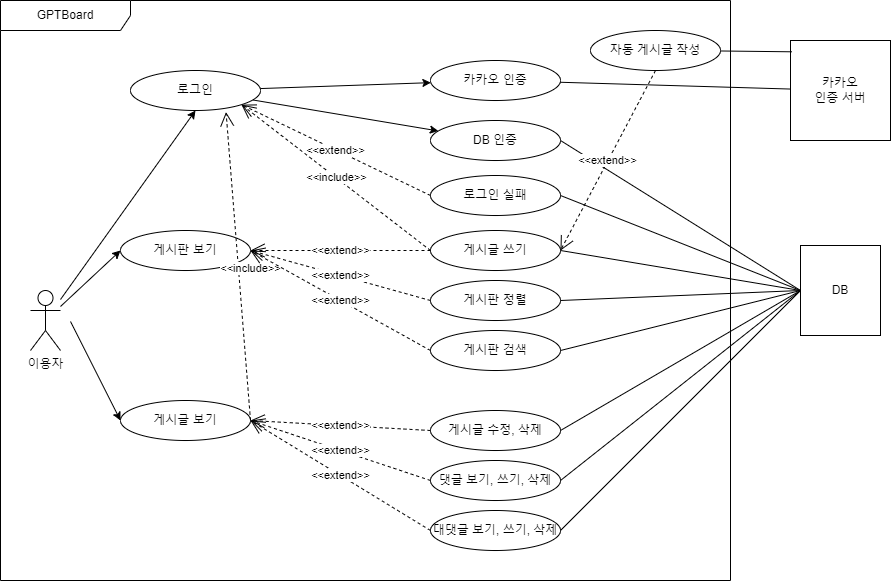
Above: document/use-case.png in HanKwanJin/GPTBoard (draw.io), before the change. Source tidied: cells renumbered, new cells last; positions are measured from the earlier drawing's top-left corner, leaving out a move shared by most shapes.
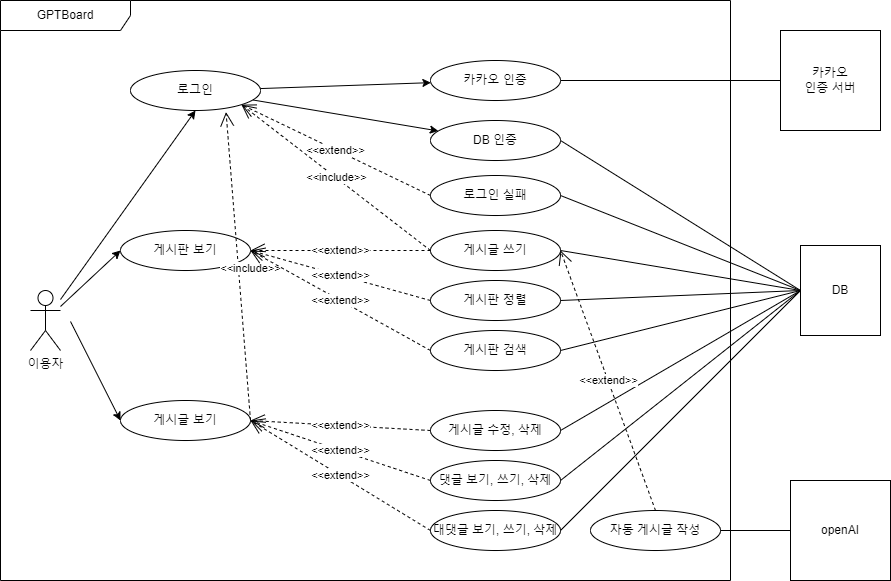
Above is the later version.

Commit message:
자동 게시글 작성 기능 수정

Diff of the diagram source:
```diff
@@ -27,7 +27,7 @@
       <mxGeometry x="430" y="60" width="130" height="40" as="geometry" />
     </mxCell>
     <mxCell id="10" value="카카오&lt;br&gt;인증 서버" style="whiteSpace=wrap;html=1;" parent="1" vertex="1">
-      <mxGeometry x="790" y="40" width="100" height="100" as="geometry" />
+      <mxGeometry x="780" y="30" width="100" height="100" as="geometry" />
     </mxCell>
     <mxCell id="11" style="jettySize=auto;html=1;endArrow=none;endFill=0;exitX=1;exitY=0.5;exitDx=0;exitDy=0;entryX=0;entryY=0.5;entryDx=0;entryDy=0;" parent="1" edge="1" source="12" target="13">
       <mxGeometry relative="1" as="geometry" />
@@ -38,11 +38,8 @@
     <mxCell id="13" value="DB" style="whiteSpace=wrap;html=1;" parent="1" vertex="1">
       <mxGeometry x="800" y="245" width="80" height="90" as="geometry" />
     </mxCell>
-    <mxCell id="14" style="jettySize=auto;html=1;strokeColor=default;curved=1;entryX=0.015;entryY=0.113;entryDx=0;entryDy=0;entryPerimeter=0;endArrow=none;endFill=0;" parent="1" edge="1" source="15" target="10">
-      <mxGeometry relative="1" as="geometry" />
-    </mxCell>
     <mxCell id="15" value="자동 게시글 작성" style="ellipse;whiteSpace=wrap;html=1;" parent="1" vertex="1">
-      <mxGeometry x="590" y="30" width="130" height="40" as="geometry" />
+      <mxGeometry x="590" y="510" width="130" height="40" as="geometry" />
     </mxCell>
     <mxCell id="16" value="로그인 실패" style="ellipse;whiteSpace=wrap;html=1;" parent="1" vertex="1">
       <mxGeometry x="430" y="175" width="130" height="40" as="geometry" />
@@ -129,8 +126,14 @@
     <mxCell id="42" style="jettySize=auto;html=1;endArrow=none;endFill=0;exitX=1;exitY=0.5;exitDx=0;exitDy=0;entryX=0;entryY=0.5;entryDx=0;entryDy=0;" parent="1" edge="1" source="38" target="13">
       <mxGeometry relative="1" as="geometry" />
     </mxCell>
-    <mxCell id="43" value="&amp;lt;&amp;lt;extend&amp;gt;&amp;gt;" style="endArrow=open;endSize=12;dashed=1;html=1;rounded=0;entryX=1;entryY=0.5;entryDx=0;entryDy=0;exitX=0.5;exitY=1;exitDx=0;exitDy=0;" parent="1" edge="1" source="15" target="20">
+    <mxCell id="43" value="&amp;lt;&amp;lt;extend&amp;gt;&amp;gt;" style="endArrow=open;endSize=12;dashed=1;html=1;rounded=0;entryX=1;entryY=0.5;entryDx=0;entryDy=0;exitX=0.5;exitY=0;exitDx=0;exitDy=0;" parent="1" edge="1" source="15" target="20">
       <mxGeometry relative="1" as="geometry" />
     </mxCell>
+    <mxCell id="44" value="openAI" style="whiteSpace=wrap;html=1;" parent="1" vertex="1">
+      <mxGeometry x="790" y="480" width="100" height="100" as="geometry" />
+    </mxCell>
+    <mxCell id="45" style="jettySize=auto;html=1;endArrow=none;endFill=0;exitX=1;exitY=0.5;exitDx=0;exitDy=0;entryX=0;entryY=0.5;entryDx=0;entryDy=0;" parent="1" edge="1" source="15" target="44">
+      <mxGeometry relative="1" as="geometry" />
+    </mxCell>
   </root>
 </mxGraphModel>
```
